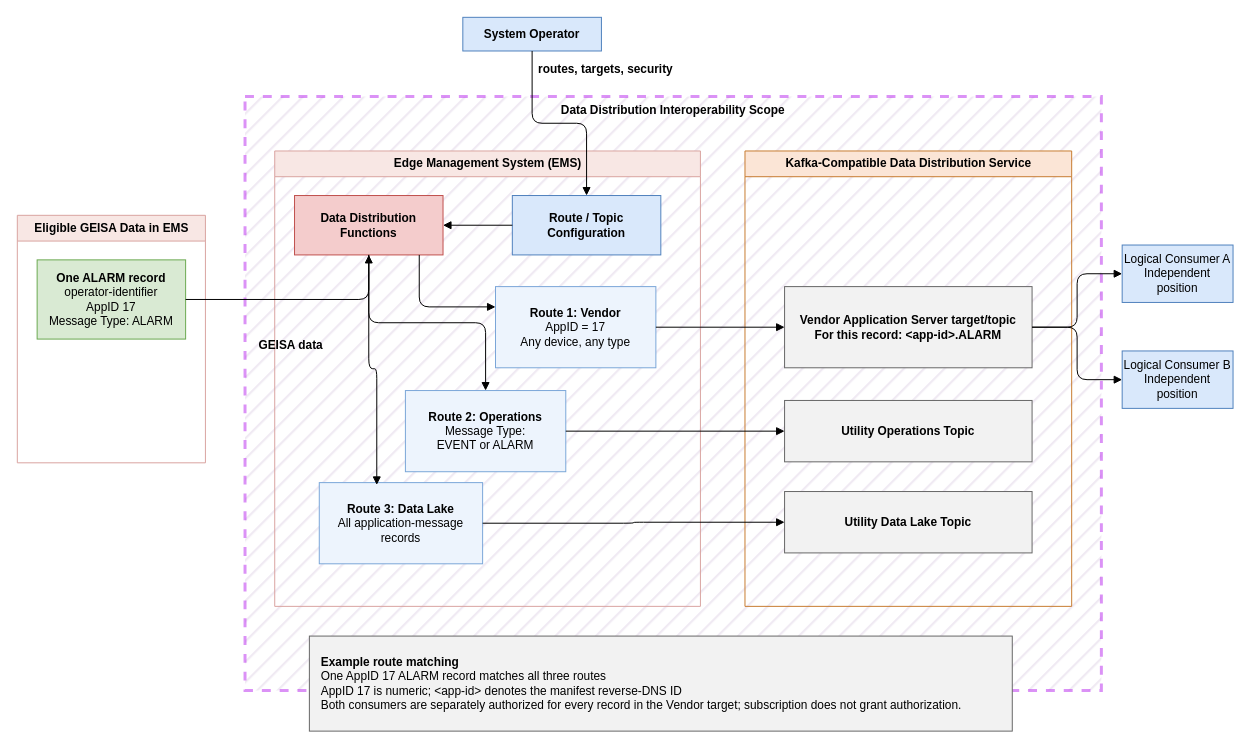
Above: source/adm/data-distribution-overlapping-routes.drawio in geisa/specification (draw.io), before the change. Source tidied: cells renumbered, new cells numbered last; positions are measured from the earlier drawing's top-left corner, leaving out a move shared by most shapes. Both pictures are drawn from the tidied source at 99%, with x=0, y=0 at pixel (17, 17).
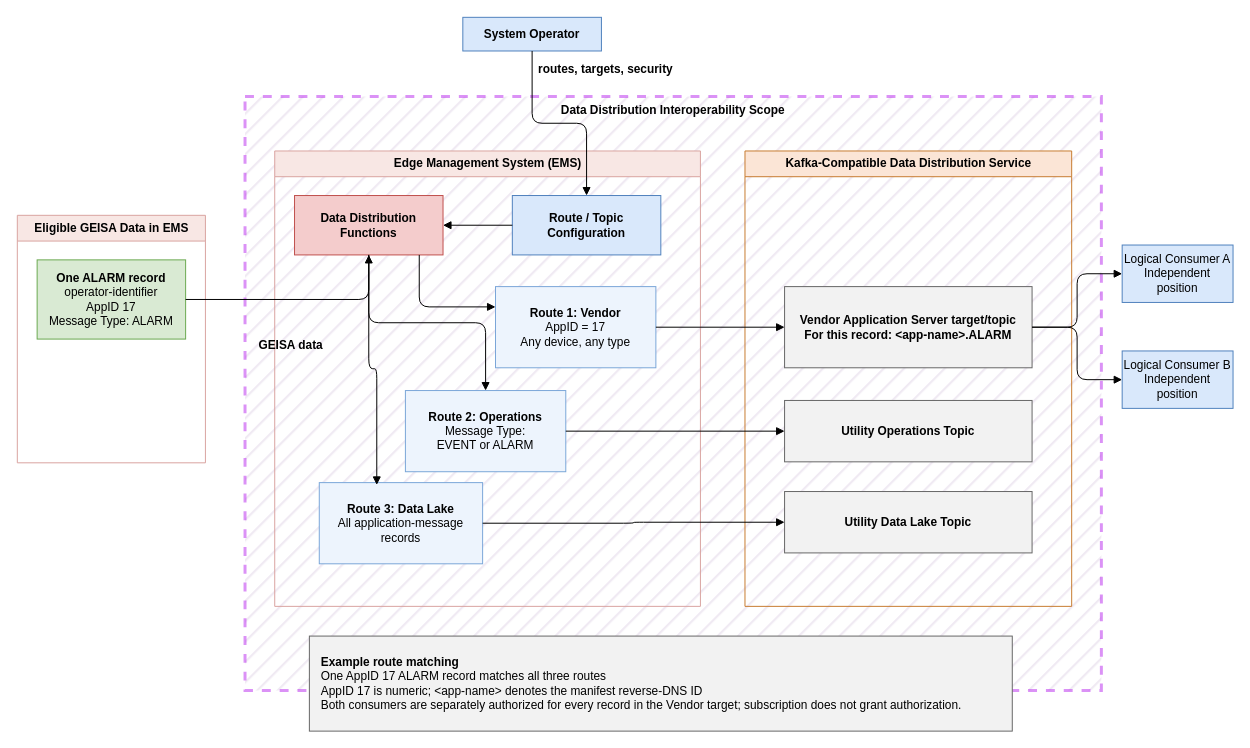
After the change.

Commit message (it also covers changes not shown here):
Correct application naming references

Unchanged cells that the change refers to:
```xml
<mxCell id="17" value="Kafka-Compatible Data Distribution Service" style="swimlane;html=1;rounded=0;startSize=26;fillColor=#fbe5d6;strokeColor=#c77b30;fontStyle=1;" parent="1" vertex="1">
  <mxGeometry x="735" y="135" width="330" height="460" as="geometry" />
</mxCell>
```

What changed in the source:
```diff
@@
-    <mxCell id="18" value="Vendor Application Server target/topic&lt;br&gt;For this record: &amp;lt;app-id&amp;gt;.ALARM" style="rounded=0;whiteSpace=wrap;html=1;fillColor=#f2f2f2;strokeColor=#666666;fontStyle=1;" parent="17" vertex="1">
+    <mxCell id="18" value="Vendor Application Server target/topic&lt;br&gt;For this record: &amp;lt;app-name&amp;gt;.ALARM" style="rounded=0;whiteSpace=wrap;html=1;fillColor=#f2f2f2;strokeColor=#666666;fontStyle=1;" parent="17" vertex="1">
       <mxGeometry x="40" y="137" width="250" height="82" as="geometry" />
     </mxCell>
@@
-    <mxCell id="23" value="&lt;b&gt;Example route matching&lt;/b&gt;&lt;br&gt;One AppID 17 ALARM record matches all three routes&lt;br&gt;AppID 17 is numeric; &amp;lt;app-id&amp;gt; denotes the manifest reverse-DNS ID&lt;br&gt;Both consumers are separately authorized for every record in the Vendor target; subscription does not grant authorization." style="rounded=0;whiteSpace=wrap;html=1;fillColor=#f2f2f2;strokeColor=#666666;align=left;spacingLeft=10;" parent="1" vertex="1">
+    <mxCell id="23" value="&lt;b&gt;Example route matching&lt;/b&gt;&lt;br&gt;One AppID 17 ALARM record matches all three routes&lt;br&gt;AppID 17 is numeric; &amp;lt;app-name&amp;gt; denotes the manifest reverse-DNS ID&lt;br&gt;Both consumers are separately authorized for every record in the Vendor target; subscription does not grant authorization." style="rounded=0;whiteSpace=wrap;html=1;fillColor=#f2f2f2;strokeColor=#666666;align=left;spacingLeft=10;" parent="1" vertex="1">
       <mxGeometry x="295" y="625" width="710" height="96" as="geometry" />
     </mxCell>
```
